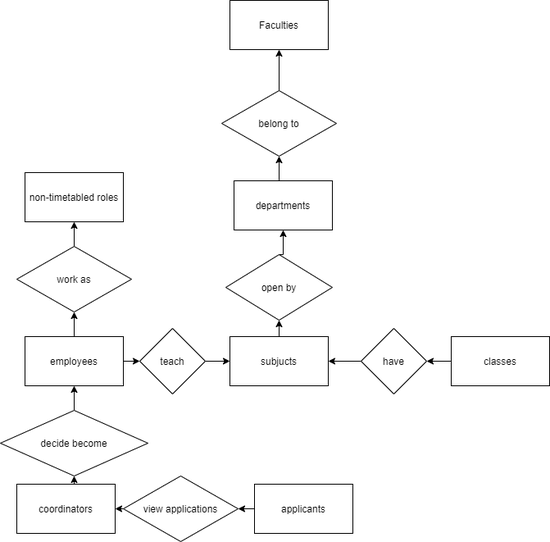
The draw.io diagram Untitled Diagram.png in fws1998/COMP90041-exercise, before a commit. Source tidied: cells renumbered, new cells last; positions are measured from the earlier drawing's top-left corner, leaving out a move shared by most shapes.
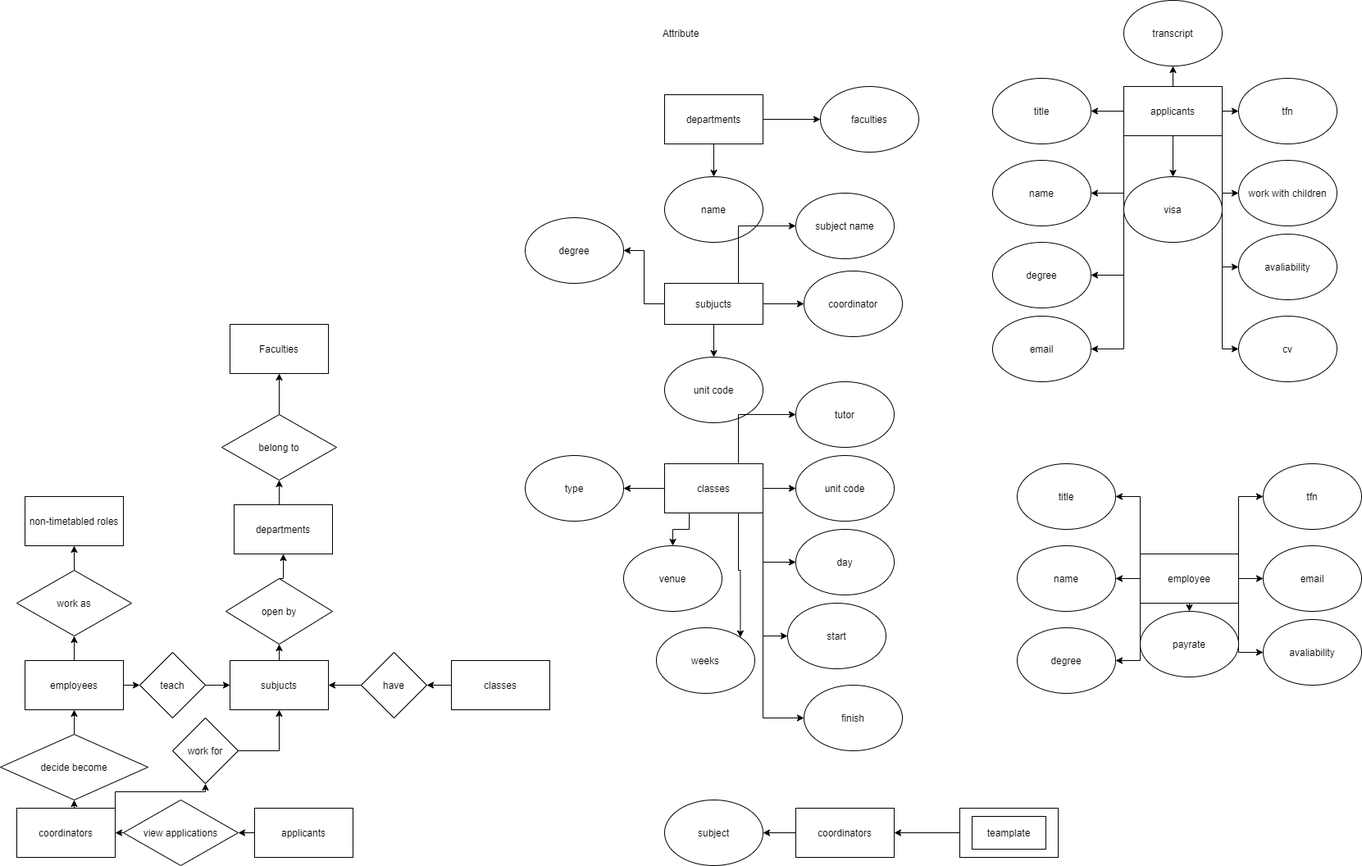
The same diagram one commit later.

The edit, as a diff of the source:
```diff
@@ -44,6 +44,14 @@
     <mxCell id="15" style="edgeStyle=orthogonalEdgeStyle;rounded=0;jettySize=auto;html=1;exitX=0.75;exitY=0;exitDx=0;exitDy=0;entryX=0.5;entryY=1;entryDx=0;entryDy=0;" parent="1" edge="1" source="16" target="29">
       <mxGeometry relative="1" as="geometry" />
     </mxCell>
+    <mxCell id="34" style="edgeStyle=orthogonalEdgeStyle;rounded=0;jettySize=auto;html=1;exitX=1;exitY=0;exitDx=0;exitDy=0;" parent="1" edge="1" source="16" target="50">
+      <mxGeometry relative="1" as="geometry">
+        <Array as="points">
+          <mxPoint x="140" y="570" />
+          <mxPoint x="250" y="570" />
+        </Array>
+      </mxGeometry>
+    </mxCell>
     <mxCell id="16" value="coordinators" style="rounded=0;whiteSpace=wrap;html=1;" parent="1" vertex="1">
       <mxGeometry x="20" y="590" width="120" height="60" as="geometry" />
     </mxCell>
@@ -98,5 +106,233 @@
     <mxCell id="33" value="non-timetabled roles" style="rounded=0;whiteSpace=wrap;html=1;" parent="1" vertex="1">
       <mxGeometry x="30" y="210" width="120" height="60" as="geometry" />
     </mxCell>
+    <mxCell id="35" style="edgeStyle=orthogonalEdgeStyle;rounded=0;jettySize=auto;html=1;exitX=0.5;exitY=1;exitDx=0;exitDy=0;entryX=0.5;entryY=0;entryDx=0;entryDy=0;" parent="1" edge="1" source="37" target="39">
+      <mxGeometry relative="1" as="geometry" />
+    </mxCell>
+    <mxCell id="36" style="edgeStyle=orthogonalEdgeStyle;rounded=0;jettySize=auto;html=1;exitX=1;exitY=0.5;exitDx=0;exitDy=0;entryX=0;entryY=0.5;entryDx=0;entryDy=0;" parent="1" edge="1" source="37" target="40">
+      <mxGeometry relative="1" as="geometry" />
+    </mxCell>
+    <mxCell id="37" value="departments" style="rounded=0;whiteSpace=wrap;html=1;" parent="1" vertex="1">
+      <mxGeometry x="810" y="-280" width="120" height="60" as="geometry" />
+    </mxCell>
+    <mxCell id="38" value="Attribute" style="text;html=1;strokeColor=none;fillColor=none;align=center;verticalAlign=middle;whiteSpace=wrap;rounded=0;" parent="1" vertex="1">
+      <mxGeometry x="810" y="-370" width="40" height="30" as="geometry" />
+    </mxCell>
+    <mxCell id="39" value="name" style="ellipse;whiteSpace=wrap;html=1;" parent="1" vertex="1">
+      <mxGeometry x="810" y="-180" width="120" height="80" as="geometry" />
+    </mxCell>
+    <mxCell id="40" value="faculties" style="ellipse;whiteSpace=wrap;html=1;" parent="1" vertex="1">
+      <mxGeometry x="1000" y="-290" width="120" height="80" as="geometry" />
+    </mxCell>
+    <mxCell id="41" style="edgeStyle=orthogonalEdgeStyle;rounded=0;jettySize=auto;html=1;exitX=0.5;exitY=1;exitDx=0;exitDy=0;entryX=0.5;entryY=0;entryDx=0;entryDy=0;" parent="1" edge="1" source="45" target="46">
+      <mxGeometry relative="1" as="geometry" />
+    </mxCell>
+    <mxCell id="42" style="edgeStyle=orthogonalEdgeStyle;rounded=0;jettySize=auto;html=1;exitX=1;exitY=0.5;exitDx=0;exitDy=0;entryX=0;entryY=0.5;entryDx=0;entryDy=0;" parent="1" edge="1" source="45" target="48">
+      <mxGeometry relative="1" as="geometry" />
+    </mxCell>
+    <mxCell id="43" style="edgeStyle=orthogonalEdgeStyle;rounded=0;jettySize=auto;html=1;" parent="1" edge="1" source="45" target="51">
+      <mxGeometry relative="1" as="geometry" />
+    </mxCell>
+    <mxCell id="44" style="edgeStyle=orthogonalEdgeStyle;rounded=0;jettySize=auto;html=1;exitX=0.75;exitY=0;exitDx=0;exitDy=0;entryX=0;entryY=0.5;entryDx=0;entryDy=0;" parent="1" edge="1" source="45" target="47">
+      <mxGeometry relative="1" as="geometry" />
+    </mxCell>
+    <mxCell id="45" value="subjucts" style="rounded=0;whiteSpace=wrap;html=1;" parent="1" vertex="1">
+      <mxGeometry x="810" y="-50" width="120" height="50" as="geometry" />
+    </mxCell>
+    <mxCell id="46" value="unit code" style="ellipse;whiteSpace=wrap;html=1;" parent="1" vertex="1">
+      <mxGeometry x="810" y="40" width="120" height="80" as="geometry" />
+    </mxCell>
+    <mxCell id="47" value="subject name" style="ellipse;whiteSpace=wrap;html=1;" parent="1" vertex="1">
+      <mxGeometry x="970" y="-160" width="120" height="80" as="geometry" />
+    </mxCell>
+    <mxCell id="48" value="coordinator" style="ellipse;whiteSpace=wrap;html=1;" parent="1" vertex="1">
+      <mxGeometry x="980" y="-65" width="120" height="80" as="geometry" />
+    </mxCell>
+    <mxCell id="49" style="edgeStyle=orthogonalEdgeStyle;rounded=0;jettySize=auto;html=1;exitX=1;exitY=0.5;exitDx=0;exitDy=0;" parent="1" edge="1" source="50" target="10">
+      <mxGeometry relative="1" as="geometry" />
+    </mxCell>
+    <mxCell id="50" value="work for" style="rhombus;whiteSpace=wrap;html=1;" parent="1" vertex="1">
+      <mxGeometry x="210" y="480" width="80" height="80" as="geometry" />
+    </mxCell>
+    <mxCell id="51" value="degree" style="ellipse;whiteSpace=wrap;html=1;" parent="1" vertex="1">
+      <mxGeometry x="640" y="-130" width="120" height="80" as="geometry" />
+    </mxCell>
+    <mxCell id="52" style="edgeStyle=orthogonalEdgeStyle;rounded=0;jettySize=auto;html=1;exitX=1;exitY=0.5;exitDx=0;exitDy=0;entryX=0;entryY=0.5;entryDx=0;entryDy=0;" parent="1" edge="1" source="60" target="61">
+      <mxGeometry relative="1" as="geometry" />
+    </mxCell>
+    <mxCell id="53" style="edgeStyle=orthogonalEdgeStyle;rounded=0;jettySize=auto;html=1;exitX=0.75;exitY=0;exitDx=0;exitDy=0;entryX=0;entryY=0.5;entryDx=0;entryDy=0;" parent="1" edge="1" source="60" target="62">
+      <mxGeometry relative="1" as="geometry" />
+    </mxCell>
+    <mxCell id="54" style="edgeStyle=orthogonalEdgeStyle;rounded=0;jettySize=auto;html=1;exitX=1;exitY=1;exitDx=0;exitDy=0;entryX=0;entryY=0.5;entryDx=0;entryDy=0;" parent="1" edge="1" source="60" target="63">
+      <mxGeometry relative="1" as="geometry" />
+    </mxCell>
+    <mxCell id="55" style="edgeStyle=orthogonalEdgeStyle;rounded=0;jettySize=auto;html=1;exitX=1;exitY=1;exitDx=0;exitDy=0;entryX=0;entryY=0.5;entryDx=0;entryDy=0;" parent="1" edge="1" source="60" target="64">
+      <mxGeometry relative="1" as="geometry" />
+    </mxCell>
+    <mxCell id="56" style="edgeStyle=orthogonalEdgeStyle;rounded=0;jettySize=auto;html=1;exitX=1;exitY=1;exitDx=0;exitDy=0;entryX=0;entryY=0.5;entryDx=0;entryDy=0;" parent="1" edge="1" source="60" target="65">
+      <mxGeometry relative="1" as="geometry" />
+    </mxCell>
+    <mxCell id="57" style="edgeStyle=orthogonalEdgeStyle;rounded=0;jettySize=auto;html=1;exitX=0.25;exitY=1;exitDx=0;exitDy=0;entryX=0.5;entryY=0;entryDx=0;entryDy=0;" parent="1" edge="1" source="60" target="67">
+      <mxGeometry relative="1" as="geometry" />
+    </mxCell>
+    <mxCell id="58" style="edgeStyle=orthogonalEdgeStyle;rounded=0;jettySize=auto;html=1;exitX=0.75;exitY=1;exitDx=0;exitDy=0;entryX=1;entryY=0;entryDx=0;entryDy=0;" parent="1" edge="1" source="60" target="66">
+      <mxGeometry relative="1" as="geometry" />
+    </mxCell>
+    <mxCell id="59" style="edgeStyle=orthogonalEdgeStyle;rounded=0;jettySize=auto;html=1;exitX=0;exitY=0.5;exitDx=0;exitDy=0;" parent="1" edge="1" source="60" target="68">
+      <mxGeometry relative="1" as="geometry" />
+    </mxCell>
+    <mxCell id="60" value="classes" style="rounded=0;whiteSpace=wrap;html=1;" parent="1" vertex="1">
+      <mxGeometry x="810" y="170" width="120" height="60" as="geometry" />
+    </mxCell>
+    <mxCell id="61" value="unit code" style="ellipse;whiteSpace=wrap;html=1;" parent="1" vertex="1">
+      <mxGeometry x="970" y="160" width="120" height="80" as="geometry" />
+    </mxCell>
+    <mxCell id="62" value="tutor" style="ellipse;whiteSpace=wrap;html=1;" parent="1" vertex="1">
+      <mxGeometry x="970" y="70" width="120" height="80" as="geometry" />
+    </mxCell>
+    <mxCell id="63" value="day" style="ellipse;whiteSpace=wrap;html=1;" parent="1" vertex="1">
+      <mxGeometry x="970" y="250" width="120" height="80" as="geometry" />
+    </mxCell>
+    <mxCell id="64" value="start" style="ellipse;whiteSpace=wrap;html=1;" parent="1" vertex="1">
+      <mxGeometry x="960" y="340" width="120" height="80" as="geometry" />
+    </mxCell>
+    <mxCell id="65" value="finish" style="ellipse;whiteSpace=wrap;html=1;" parent="1" vertex="1">
+      <mxGeometry x="980" y="440" width="120" height="80" as="geometry" />
+    </mxCell>
+    <mxCell id="66" value="weeks" style="ellipse;whiteSpace=wrap;html=1;" parent="1" vertex="1">
+      <mxGeometry x="800" y="370" width="120" height="80" as="geometry" />
+    </mxCell>
+    <mxCell id="67" value="venue" style="ellipse;whiteSpace=wrap;html=1;" parent="1" vertex="1">
+      <mxGeometry x="760" y="270" width="120" height="80" as="geometry" />
+    </mxCell>
+    <mxCell id="68" value="type" style="ellipse;whiteSpace=wrap;html=1;" parent="1" vertex="1">
+      <mxGeometry x="640" y="160" width="120" height="80" as="geometry" />
+    </mxCell>
+    <mxCell id="69" style="edgeStyle=orthogonalEdgeStyle;rounded=0;jettySize=auto;html=1;exitX=0;exitY=0.5;exitDx=0;exitDy=0;entryX=1;entryY=0.5;entryDx=0;entryDy=0;" parent="1" edge="1" source="79" target="80">
+      <mxGeometry relative="1" as="geometry" />
+    </mxCell>
+    <mxCell id="70" style="edgeStyle=orthogonalEdgeStyle;rounded=0;jettySize=auto;html=1;exitX=1;exitY=0.5;exitDx=0;exitDy=0;entryX=0;entryY=0.5;entryDx=0;entryDy=0;" parent="1" edge="1" source="79" target="84">
+      <mxGeometry relative="1" as="geometry" />
+    </mxCell>
+    <mxCell id="71" style="edgeStyle=orthogonalEdgeStyle;rounded=0;jettySize=auto;html=1;exitX=0.5;exitY=0;exitDx=0;exitDy=0;entryX=0.5;entryY=1;entryDx=0;entryDy=0;" parent="1" edge="1" source="79" target="88">
+      <mxGeometry relative="1" as="geometry" />
+    </mxCell>
+    <mxCell id="72" style="edgeStyle=orthogonalEdgeStyle;rounded=0;jettySize=auto;html=1;exitX=0.5;exitY=1;exitDx=0;exitDy=0;" parent="1" edge="1" source="79" target="89">
+      <mxGeometry relative="1" as="geometry" />
+    </mxCell>
+    <mxCell id="73" style="edgeStyle=orthogonalEdgeStyle;rounded=0;jettySize=auto;html=1;exitX=0;exitY=1;exitDx=0;exitDy=0;entryX=1;entryY=0.5;entryDx=0;entryDy=0;" parent="1" edge="1" source="79" target="81">
+      <mxGeometry relative="1" as="geometry" />
+    </mxCell>
+    <mxCell id="74" style="edgeStyle=orthogonalEdgeStyle;rounded=0;jettySize=auto;html=1;exitX=0;exitY=1;exitDx=0;exitDy=0;entryX=1;entryY=0.5;entryDx=0;entryDy=0;" parent="1" edge="1" source="79" target="82">
+      <mxGeometry relative="1" as="geometry" />
+    </mxCell>
+    <mxCell id="75" style="edgeStyle=orthogonalEdgeStyle;rounded=0;jettySize=auto;html=1;exitX=0;exitY=1;exitDx=0;exitDy=0;entryX=1;entryY=0.5;entryDx=0;entryDy=0;" parent="1" edge="1" source="79" target="83">
+      <mxGeometry relative="1" as="geometry" />
+    </mxCell>
+    <mxCell id="76" style="edgeStyle=orthogonalEdgeStyle;rounded=0;jettySize=auto;html=1;exitX=1;exitY=1;exitDx=0;exitDy=0;entryX=0;entryY=0.5;entryDx=0;entryDy=0;" parent="1" edge="1" source="79" target="85">
+      <mxGeometry relative="1" as="geometry" />
+    </mxCell>
+    <mxCell id="77" style="edgeStyle=orthogonalEdgeStyle;rounded=0;jettySize=auto;html=1;exitX=1;exitY=1;exitDx=0;exitDy=0;entryX=0;entryY=0.5;entryDx=0;entryDy=0;" parent="1" edge="1" source="79" target="86">
+      <mxGeometry relative="1" as="geometry" />
+    </mxCell>
+    <mxCell id="78" style="edgeStyle=orthogonalEdgeStyle;rounded=0;jettySize=auto;html=1;exitX=1;exitY=1;exitDx=0;exitDy=0;entryX=0;entryY=0.5;entryDx=0;entryDy=0;" parent="1" edge="1" source="79" target="87">
+      <mxGeometry relative="1" as="geometry" />
+    </mxCell>
+    <mxCell id="79" value="applicants" style="rounded=0;whiteSpace=wrap;html=1;" parent="1" vertex="1">
+      <mxGeometry x="1370" y="-290" width="120" height="60" as="geometry" />
+    </mxCell>
+    <mxCell id="80" value="title" style="ellipse;whiteSpace=wrap;html=1;" parent="1" vertex="1">
+      <mxGeometry x="1210" y="-300" width="120" height="80" as="geometry" />
+    </mxCell>
+    <mxCell id="81" value="name" style="ellipse;whiteSpace=wrap;html=1;" parent="1" vertex="1">
+      <mxGeometry x="1210" y="-200" width="120" height="80" as="geometry" />
+    </mxCell>
+    <mxCell id="82" value="degree" style="ellipse;whiteSpace=wrap;html=1;" parent="1" vertex="1">
+      <mxGeometry x="1210" y="-100" width="120" height="80" as="geometry" />
+    </mxCell>
+    <mxCell id="83" value="email" style="ellipse;whiteSpace=wrap;html=1;" parent="1" vertex="1">
+      <mxGeometry x="1210" y="-10" width="120" height="80" as="geometry" />
+    </mxCell>
+    <mxCell id="84" value="tfn" style="ellipse;whiteSpace=wrap;html=1;" parent="1" vertex="1">
+      <mxGeometry x="1510" y="-300" width="120" height="80" as="geometry" />
+    </mxCell>
+    <mxCell id="85" value="work with children" style="ellipse;whiteSpace=wrap;html=1;" parent="1" vertex="1">
+      <mxGeometry x="1510" y="-200" width="120" height="80" as="geometry" />
+    </mxCell>
+    <mxCell id="86" value="avaliability" style="ellipse;whiteSpace=wrap;html=1;" parent="1" vertex="1">
+      <mxGeometry x="1510" y="-110" width="120" height="80" as="geometry" />
+    </mxCell>
+    <mxCell id="87" value="cv" style="ellipse;whiteSpace=wrap;html=1;" parent="1" vertex="1">
+      <mxGeometry x="1510" y="-10" width="120" height="80" as="geometry" />
+    </mxCell>
+    <mxCell id="88" value="transcript" style="ellipse;whiteSpace=wrap;html=1;" parent="1" vertex="1">
+      <mxGeometry x="1370" y="-395" width="120" height="80" as="geometry" />
+    </mxCell>
+    <mxCell id="89" value="visa" style="ellipse;whiteSpace=wrap;html=1;" parent="1" vertex="1">
+      <mxGeometry x="1370" y="-180" width="120" height="80" as="geometry" />
+    </mxCell>
+    <mxCell id="90" value="title" style="ellipse;whiteSpace=wrap;html=1;" parent="1" vertex="1">
+      <mxGeometry x="1240" y="170" width="120" height="80" as="geometry" />
+    </mxCell>
+    <mxCell id="91" value="name" style="ellipse;whiteSpace=wrap;html=1;" parent="1" vertex="1">
+      <mxGeometry x="1240" y="270" width="120" height="80" as="geometry" />
+    </mxCell>
+    <mxCell id="92" value="degree" style="ellipse;whiteSpace=wrap;html=1;" parent="1" vertex="1">
+      <mxGeometry x="1240" y="370" width="120" height="80" as="geometry" />
+    </mxCell>
+    <mxCell id="93" value="email" style="ellipse;whiteSpace=wrap;html=1;" parent="1" vertex="1">
+      <mxGeometry x="1540" y="270" width="120" height="80" as="geometry" />
+    </mxCell>
+    <mxCell id="94" value="tfn" style="ellipse;whiteSpace=wrap;html=1;" parent="1" vertex="1">
+      <mxGeometry x="1540" y="170" width="120" height="80" as="geometry" />
+    </mxCell>
+    <mxCell id="95" value="avaliability" style="ellipse;whiteSpace=wrap;html=1;" parent="1" vertex="1">
+      <mxGeometry x="1540" y="360" width="120" height="80" as="geometry" />
+    </mxCell>
+    <mxCell id="96" style="edgeStyle=orthogonalEdgeStyle;rounded=0;jettySize=auto;html=1;entryX=1;entryY=0.5;entryDx=0;entryDy=0;" parent="1" edge="1" source="103" target="91">
+      <mxGeometry relative="1" as="geometry" />
+    </mxCell>
+    <mxCell id="97" style="edgeStyle=orthogonalEdgeStyle;rounded=0;jettySize=auto;html=1;exitX=0;exitY=0;exitDx=0;exitDy=0;entryX=1;entryY=0.5;entryDx=0;entryDy=0;" parent="1" edge="1" source="103" target="90">
+      <mxGeometry relative="1" as="geometry" />
+    </mxCell>
+    <mxCell id="98" style="edgeStyle=orthogonalEdgeStyle;rounded=0;jettySize=auto;html=1;exitX=0;exitY=1;exitDx=0;exitDy=0;entryX=1;entryY=0.5;entryDx=0;entryDy=0;" parent="1" edge="1" source="103" target="92">
+      <mxGeometry relative="1" as="geometry" />
+    </mxCell>
+    <mxCell id="99" style="edgeStyle=orthogonalEdgeStyle;rounded=0;jettySize=auto;html=1;exitX=1;exitY=0;exitDx=0;exitDy=0;entryX=0;entryY=0.5;entryDx=0;entryDy=0;" parent="1" edge="1" source="103" target="94">
+      <mxGeometry relative="1" as="geometry" />
+    </mxCell>
+    <mxCell id="100" style="edgeStyle=orthogonalEdgeStyle;rounded=0;jettySize=auto;html=1;exitX=1;exitY=0.5;exitDx=0;exitDy=0;" parent="1" edge="1" source="103" target="93">
+      <mxGeometry relative="1" as="geometry" />
+    </mxCell>
+    <mxCell id="101" style="edgeStyle=orthogonalEdgeStyle;rounded=0;jettySize=auto;html=1;exitX=1;exitY=1;exitDx=0;exitDy=0;entryX=0;entryY=0.5;entryDx=0;entryDy=0;" parent="1" edge="1" source="103" target="95">
+      <mxGeometry relative="1" as="geometry" />
+    </mxCell>
+    <mxCell id="102" style="edgeStyle=orthogonalEdgeStyle;rounded=0;jettySize=auto;html=1;exitX=0.5;exitY=1;exitDx=0;exitDy=0;entryX=0.5;entryY=0;entryDx=0;entryDy=0;" parent="1" edge="1" source="103" target="104">
+      <mxGeometry relative="1" as="geometry" />
+    </mxCell>
+    <mxCell id="103" value="employee" style="rounded=0;whiteSpace=wrap;html=1;" parent="1" vertex="1">
+      <mxGeometry x="1390" y="280" width="120" height="60" as="geometry" />
+    </mxCell>
+    <mxCell id="104" value="payrate" style="ellipse;whiteSpace=wrap;html=1;" parent="1" vertex="1">
+      <mxGeometry x="1390" y="350" width="120" height="80" as="geometry" />
+    </mxCell>
+    <mxCell id="105" style="edgeStyle=orthogonalEdgeStyle;rounded=0;jettySize=auto;html=1;exitX=0;exitY=0.5;exitDx=0;exitDy=0;entryX=1;entryY=0.5;entryDx=0;entryDy=0;" parent="1" edge="1" source="106" target="107">
+      <mxGeometry relative="1" as="geometry" />
+    </mxCell>
+    <mxCell id="106" value="coordinators" style="rounded=0;whiteSpace=wrap;html=1;" parent="1" vertex="1">
+      <mxGeometry x="970" y="590" width="120" height="60" as="geometry" />
+    </mxCell>
+    <mxCell id="107" value="subject" style="ellipse;whiteSpace=wrap;html=1;" parent="1" vertex="1">
+      <mxGeometry x="810" y="580" width="120" height="80" as="geometry" />
+    </mxCell>
+    <mxCell id="108" style="edgeStyle=orthogonalEdgeStyle;rounded=0;jettySize=auto;html=1;exitX=0;exitY=0.5;exitDx=0;exitDy=0;entryX=1;entryY=0.5;entryDx=0;entryDy=0;" parent="1" edge="1" source="109" target="106">
+      <mxGeometry relative="1" as="geometry" />
+    </mxCell>
+    <mxCell id="109" style="rounded=0;whiteSpace=wrap;html=1;" parent="1" vertex="1">
+      <mxGeometry x="1170" y="590" width="120" height="60" as="geometry" />
+    </mxCell>
+    <mxCell id="110" value="teamplate" style="rounded=0;whiteSpace=wrap;html=1;" parent="1" vertex="1">
+      <mxGeometry x="1185" y="600" width="90" height="40" as="geometry" />
+    </mxCell>
   </root>
 </mxGraphModel>
```
